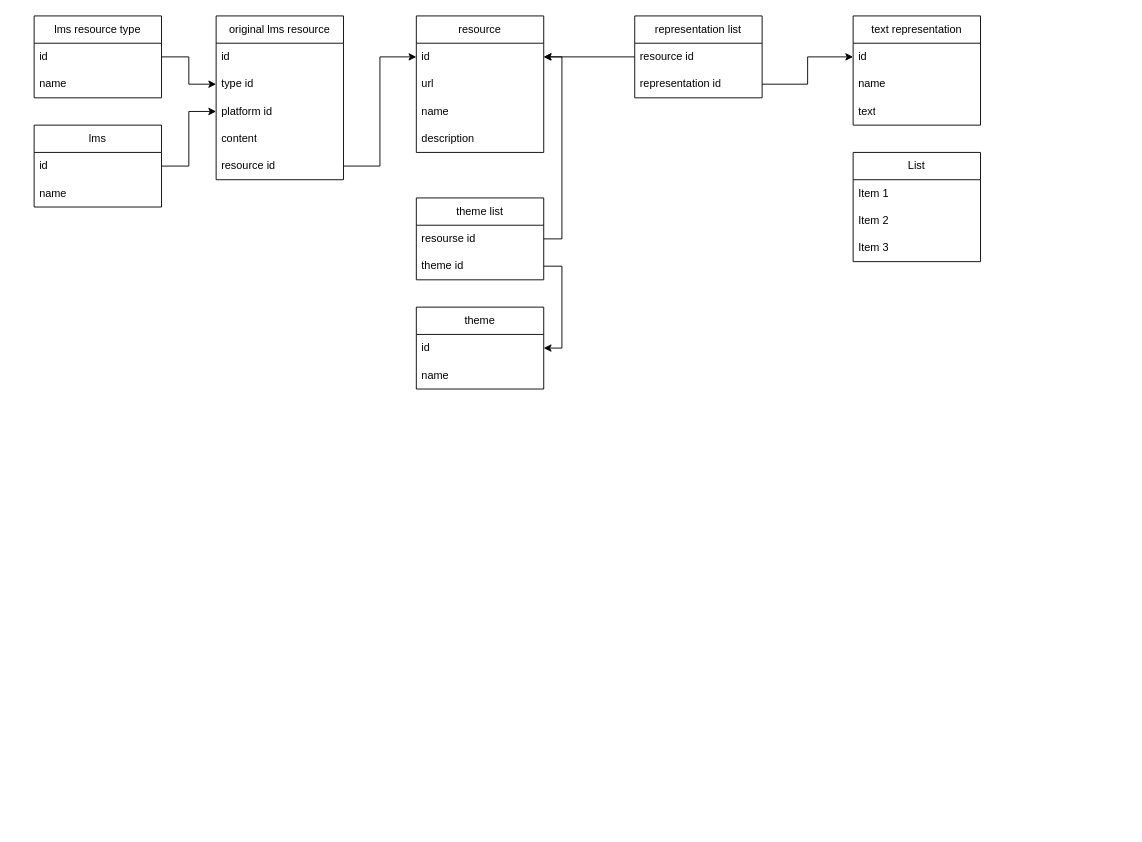
Earlier version of the draw.io diagram New_BD.drawio (EugeneCyber/Eugene-s-VKR). Source tidied: cells renumbered, new cells numbered last; positions are measured from the earlier drawing's top-left corner, leaving out a move shared by most shapes. Both pictures are drawn from the tidied source at 91%, with x=0, y=0 at pixel (34, 15).
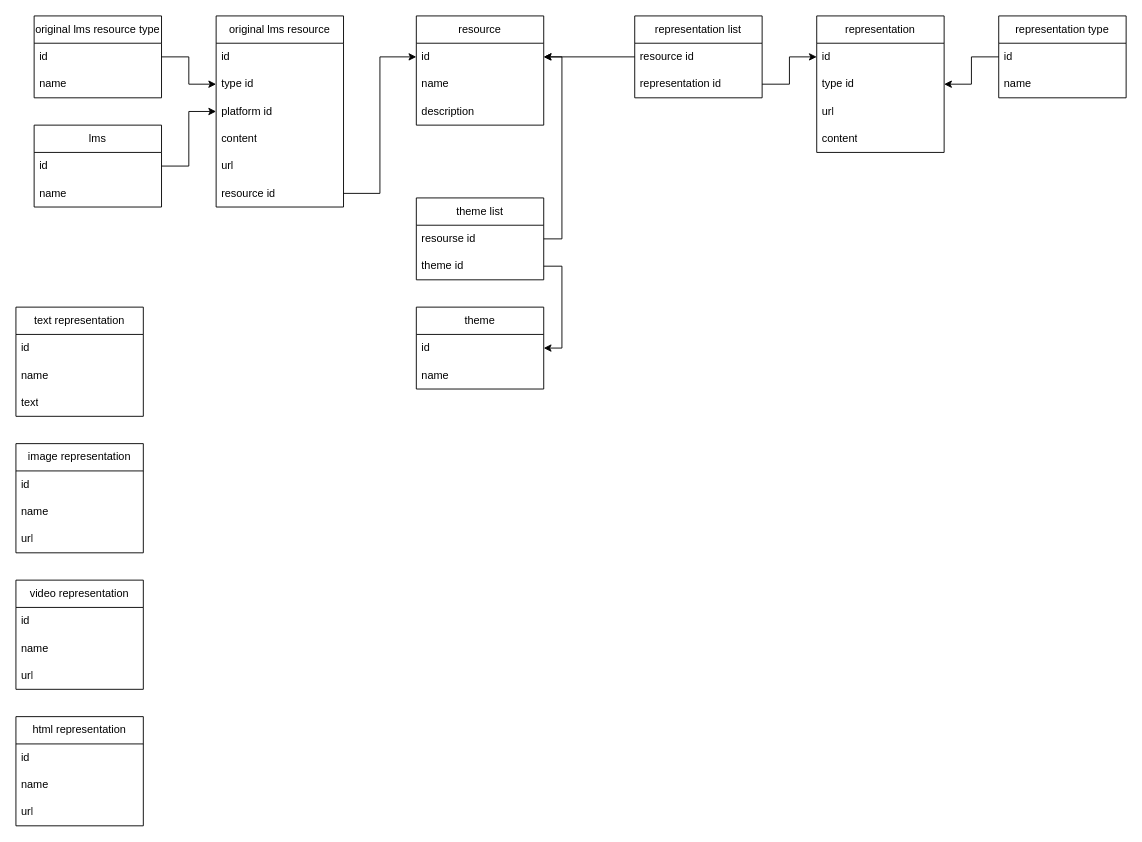
Above is the later version.

The change refers to these unchanged cells:
```xml
<mxCell id="9" value="representation id" style="text;strokeColor=none;fillColor=none;align=left;verticalAlign=middle;spacingLeft=4;spacingRight=4;overflow=hidden;points=[[0,0.5],[1,0.5]];portConstraint=eastwest;whiteSpace=wrap;html=1;" parent="7" vertex="1">
  <mxGeometry y="60" width="140" height="30" as="geometry" />
</mxCell>
```

What changed in the source:
```diff
@@
     <mxCell id="2" value="resource" style="swimlane;fontStyle=0;horizontal=1;startSize=30;whiteSpace=wrap;html=1;" parent="1" vertex="1">
-      <mxGeometry x="420" width="140" height="150" as="geometry" />
+      <mxGeometry x="420" width="140" height="120" as="geometry" />
     </mxCell>
@@
-    <mxCell id="4" value="url" style="text;strokeColor=none;fillColor=none;align=left;verticalAlign=middle;spacingLeft=4;spacingRight=4;overflow=hidden;whiteSpace=wrap;html=1;" parent="2" vertex="1">
-      <mxGeometry y="60" width="140" height="30" as="geometry" />
-    </mxCell>
     <mxCell id="5" value="name" style="text;strokeColor=none;fillColor=none;align=left;verticalAlign=middle;spacingLeft=4;spacingRight=4;overflow=hidden;whiteSpace=wrap;html=1;" parent="2" vertex="1">
-      <mxGeometry y="90" width="140" height="30" as="geometry" />
+      <mxGeometry y="60" width="140" height="30" as="geometry" />
     </mxCell>
     <mxCell id="6" value="description" style="text;strokeColor=none;fillColor=none;align=left;verticalAlign=middle;spacingLeft=4;spacingRight=4;overflow=hidden;whiteSpace=wrap;html=1;" parent="2" vertex="1">
-      <mxGeometry y="120" width="140" height="30" as="geometry" />
+      <mxGeometry y="90" width="140" height="30" as="geometry" />
     </mxCell>
@@
     <mxCell id="10" value="original lms resource" style="swimlane;fontStyle=0;horizontal=1;startSize=30;whiteSpace=wrap;html=1;" parent="1" vertex="1">
-      <mxGeometry x="200" width="140" height="180" as="geometry" />
+      <mxGeometry x="200" width="140" height="210" as="geometry" />
     </mxCell>
@@
+    <mxCell id="43" value="url" style="text;strokeColor=none;fillColor=none;align=left;verticalAlign=middle;spacingLeft=4;spacingRight=4;overflow=hidden;whiteSpace=wrap;html=1;" parent="10" vertex="1">
+      <mxGeometry y="150" width="140" height="30" as="geometry" />
+    </mxCell>
     <mxCell id="15" value="resource id" style="text;strokeColor=none;fillColor=none;align=left;verticalAlign=middle;spacingLeft=4;spacingRight=4;overflow=hidden;points=[[0,0.5],[1,0.5]];portConstraint=eastwest;whiteSpace=wrap;html=1;" parent="10" vertex="1">
-      <mxGeometry y="150" width="140" height="30" as="geometry" />
+      <mxGeometry y="180" width="140" height="30" as="geometry" />
     </mxCell>
@@
-    <mxCell id="19" value="lms resource type" style="swimlane;fontStyle=0;horizontal=1;startSize=30;whiteSpace=wrap;html=1;" parent="1" vertex="1">
+    <mxCell id="19" value="original&amp;nbsp;lms resource type" style="swimlane;fontStyle=0;horizontal=1;startSize=30;whiteSpace=wrap;html=1;" parent="1" vertex="1">
       <mxGeometry width="140" height="90" as="geometry" />
     </mxCell>
@@
-    <mxCell id="26" value="text representation" style="swimlane;fontStyle=0;horizontal=1;startSize=30;whiteSpace=wrap;html=1;" parent="1" vertex="1">
-      <mxGeometry x="900" width="140" height="120" as="geometry" />
-    </mxCell>
-    <mxCell id="27" value="id" style="text;strokeColor=none;fillColor=none;align=left;verticalAlign=middle;spacingLeft=4;spacingRight=4;overflow=hidden;points=[[0,0.5],[1,0.5]];portConstraint=eastwest;whiteSpace=wrap;html=1;" parent="26" vertex="1">
-      <mxGeometry y="30" width="140" height="30" as="geometry" />
-    </mxCell>
-    <mxCell id="28" value="name" style="text;strokeColor=none;fillColor=none;align=left;verticalAlign=middle;spacingLeft=4;spacingRight=4;overflow=hidden;whiteSpace=wrap;html=1;" parent="26" vertex="1">
-      <mxGeometry y="60" width="140" height="30" as="geometry" />
-    </mxCell>
-    <mxCell id="29" value="text" style="text;strokeColor=none;fillColor=none;align=left;verticalAlign=middle;spacingLeft=4;spacingRight=4;overflow=hidden;whiteSpace=wrap;html=1;" parent="26" vertex="1">
-      <mxGeometry y="90" width="140" height="30" as="geometry" />
-    </mxCell>
@@
-    <mxCell id="38" style="edgeStyle=orthogonalEdgeStyle;rounded=0;jettySize=auto;html=1;" parent="1" edge="1" source="9" target="27">
-      <mxGeometry relative="1" as="geometry" />
-    </mxCell>
-    <mxCell id="39" value="List" style="swimlane;fontStyle=0;horizontal=1;startSize=30;whiteSpace=wrap;html=1;" parent="1" vertex="1">
-      <mxGeometry x="900" y="150" width="140" height="120" as="geometry" />
-    </mxCell>
-    <mxCell id="40" value="Item 1" style="text;strokeColor=none;fillColor=none;align=left;verticalAlign=middle;spacingLeft=4;spacingRight=4;overflow=hidden;whiteSpace=wrap;html=1;" parent="39" vertex="1">
-      <mxGeometry y="30" width="140" height="30" as="geometry" />
-    </mxCell>
-    <mxCell id="41" value="Item 2" style="text;strokeColor=none;fillColor=none;align=left;verticalAlign=middle;spacingLeft=4;spacingRight=4;overflow=hidden;whiteSpace=wrap;html=1;" parent="39" vertex="1">
-      <mxGeometry y="60" width="140" height="30" as="geometry" />
-    </mxCell>
-    <mxCell id="42" value="Item 3" style="text;strokeColor=none;fillColor=none;align=left;verticalAlign=middle;spacingLeft=4;spacingRight=4;overflow=hidden;whiteSpace=wrap;html=1;" parent="39" vertex="1">
-      <mxGeometry y="90" width="140" height="30" as="geometry" />
-    </mxCell>
+    <mxCell id="26" value="text representation" style="swimlane;fontStyle=0;horizontal=1;startSize=30;whiteSpace=wrap;html=1;" parent="1" vertex="1">
+      <mxGeometry x="-20" y="320" width="140" height="120" as="geometry" />
+    </mxCell>
+    <mxCell id="44" value="id" style="text;strokeColor=none;fillColor=none;align=left;verticalAlign=middle;spacingLeft=4;spacingRight=4;overflow=hidden;whiteSpace=wrap;html=1;" parent="26" vertex="1">
+      <mxGeometry y="30" width="140" height="30" as="geometry" />
+    </mxCell>
+    <mxCell id="45" value="name" style="text;strokeColor=none;fillColor=none;align=left;verticalAlign=middle;spacingLeft=4;spacingRight=4;overflow=hidden;whiteSpace=wrap;html=1;" parent="26" vertex="1">
+      <mxGeometry y="60" width="140" height="30" as="geometry" />
+    </mxCell>
+    <mxCell id="29" value="text" style="text;strokeColor=none;fillColor=none;align=left;verticalAlign=middle;spacingLeft=4;spacingRight=4;overflow=hidden;whiteSpace=wrap;html=1;" parent="26" vertex="1">
+      <mxGeometry y="90" width="140" height="30" as="geometry" />
+    </mxCell>
+    <mxCell id="46" value="image representation" style="swimlane;fontStyle=0;horizontal=1;startSize=30;whiteSpace=wrap;html=1;" parent="1" vertex="1">
+      <mxGeometry x="-20" y="470" width="140" height="120" as="geometry" />
+    </mxCell>
+    <mxCell id="47" value="id" style="text;strokeColor=none;fillColor=none;align=left;verticalAlign=middle;spacingLeft=4;spacingRight=4;overflow=hidden;whiteSpace=wrap;html=1;" parent="46" vertex="1">
+      <mxGeometry y="30" width="140" height="30" as="geometry" />
+    </mxCell>
+    <mxCell id="48" value="name" style="text;strokeColor=none;fillColor=none;align=left;verticalAlign=middle;spacingLeft=4;spacingRight=4;overflow=hidden;whiteSpace=wrap;html=1;" parent="46" vertex="1">
+      <mxGeometry y="60" width="140" height="30" as="geometry" />
+    </mxCell>
+    <mxCell id="49" value="url" style="text;strokeColor=none;fillColor=none;align=left;verticalAlign=middle;spacingLeft=4;spacingRight=4;overflow=hidden;whiteSpace=wrap;html=1;" parent="46" vertex="1">
+      <mxGeometry y="90" width="140" height="30" as="geometry" />
+    </mxCell>
+    <mxCell id="50" value="video representation" style="swimlane;fontStyle=0;horizontal=1;startSize=30;whiteSpace=wrap;html=1;" parent="1" vertex="1">
+      <mxGeometry x="-20" y="620" width="140" height="120" as="geometry" />
+    </mxCell>
+    <mxCell id="51" value="id" style="text;strokeColor=none;fillColor=none;align=left;verticalAlign=middle;spacingLeft=4;spacingRight=4;overflow=hidden;whiteSpace=wrap;html=1;" parent="50" vertex="1">
+      <mxGeometry y="30" width="140" height="30" as="geometry" />
+    </mxCell>
+    <mxCell id="52" value="name" style="text;strokeColor=none;fillColor=none;align=left;verticalAlign=middle;spacingLeft=4;spacingRight=4;overflow=hidden;whiteSpace=wrap;html=1;" parent="50" vertex="1">
+      <mxGeometry y="60" width="140" height="30" as="geometry" />
+    </mxCell>
+    <mxCell id="53" value="url" style="text;strokeColor=none;fillColor=none;align=left;verticalAlign=middle;spacingLeft=4;spacingRight=4;overflow=hidden;whiteSpace=wrap;html=1;" parent="50" vertex="1">
+      <mxGeometry y="90" width="140" height="30" as="geometry" />
+    </mxCell>
+    <mxCell id="54" value="html representation" style="swimlane;fontStyle=0;horizontal=1;startSize=30;whiteSpace=wrap;html=1;" parent="1" vertex="1">
+      <mxGeometry x="-20" y="770" width="140" height="120" as="geometry" />
+    </mxCell>
+    <mxCell id="55" value="id" style="text;strokeColor=none;fillColor=none;align=left;verticalAlign=middle;spacingLeft=4;spacingRight=4;overflow=hidden;whiteSpace=wrap;html=1;" parent="54" vertex="1">
+      <mxGeometry y="30" width="140" height="30" as="geometry" />
+    </mxCell>
+    <mxCell id="56" value="name" style="text;strokeColor=none;fillColor=none;align=left;verticalAlign=middle;spacingLeft=4;spacingRight=4;overflow=hidden;whiteSpace=wrap;html=1;" parent="54" vertex="1">
+      <mxGeometry y="60" width="140" height="30" as="geometry" />
+    </mxCell>
+    <mxCell id="57" value="url" style="text;strokeColor=none;fillColor=none;align=left;verticalAlign=middle;spacingLeft=4;spacingRight=4;overflow=hidden;whiteSpace=wrap;html=1;" parent="54" vertex="1">
+      <mxGeometry y="90" width="140" height="30" as="geometry" />
+    </mxCell>
+    <mxCell id="58" value="representation" style="swimlane;fontStyle=0;horizontal=1;startSize=30;whiteSpace=wrap;html=1;" parent="1" vertex="1">
+      <mxGeometry x="860" width="140" height="150" as="geometry" />
+    </mxCell>
+    <mxCell id="59" value="id" style="text;strokeColor=none;fillColor=none;align=left;verticalAlign=middle;spacingLeft=4;spacingRight=4;overflow=hidden;points=[[0,0.5],[1,0.5]];portConstraint=eastwest;whiteSpace=wrap;html=1;" parent="58" vertex="1">
+      <mxGeometry y="30" width="140" height="30" as="geometry" />
+    </mxCell>
+    <mxCell id="60" value="&lt;span style=&quot;text-align: center;&quot;&gt;type id&lt;/span&gt;" style="text;strokeColor=none;fillColor=none;align=left;verticalAlign=middle;spacingLeft=4;spacingRight=4;overflow=hidden;points=[[0,0.5],[1,0.5]];portConstraint=eastwest;whiteSpace=wrap;html=1;" parent="58" vertex="1">
+      <mxGeometry y="60" width="140" height="30" as="geometry" />
+    </mxCell>
+    <mxCell id="61" value="url" style="text;strokeColor=none;fillColor=none;align=left;verticalAlign=middle;spacingLeft=4;spacingRight=4;overflow=hidden;whiteSpace=wrap;html=1;" parent="58" vertex="1">
+      <mxGeometry y="90" width="140" height="30" as="geometry" />
+    </mxCell>
+    <mxCell id="62" value="content" style="text;strokeColor=none;fillColor=none;align=left;verticalAlign=middle;spacingLeft=4;spacingRight=4;overflow=hidden;whiteSpace=wrap;html=1;" parent="58" vertex="1">
+      <mxGeometry y="120" width="140" height="30" as="geometry" />
+    </mxCell>
+    <mxCell id="63" style="edgeStyle=orthogonalEdgeStyle;rounded=0;jettySize=auto;html=1;exitX=1;exitY=0.5;exitDx=0;exitDy=0;entryX=0;entryY=0.5;entryDx=0;entryDy=0;" parent="1" edge="1" source="9" target="59">
+      <mxGeometry relative="1" as="geometry" />
+    </mxCell>
+    <mxCell id="64" value="representation type" style="swimlane;fontStyle=0;horizontal=1;startSize=30;whiteSpace=wrap;html=1;" parent="1" vertex="1">
+      <mxGeometry x="1060" width="140" height="90" as="geometry" />
+    </mxCell>
+    <mxCell id="65" value="id" style="text;strokeColor=none;fillColor=none;align=left;verticalAlign=middle;spacingLeft=4;spacingRight=4;overflow=hidden;points=[[0,0.5],[1,0.5]];portConstraint=eastwest;whiteSpace=wrap;html=1;" parent="64" vertex="1">
+      <mxGeometry y="30" width="140" height="30" as="geometry" />
+    </mxCell>
+    <mxCell id="66" value="name" style="text;strokeColor=none;fillColor=none;align=left;verticalAlign=middle;spacingLeft=4;spacingRight=4;overflow=hidden;whiteSpace=wrap;html=1;" parent="64" vertex="1">
+      <mxGeometry y="60" width="140" height="30" as="geometry" />
+    </mxCell>
+    <mxCell id="67" style="edgeStyle=orthogonalEdgeStyle;rounded=0;jettySize=auto;html=1;exitX=0;exitY=0.5;exitDx=0;exitDy=0;entryX=1;entryY=0.5;entryDx=0;entryDy=0;" parent="1" edge="1" source="65" target="60">
+      <mxGeometry relative="1" as="geometry" />
+    </mxCell>
```
